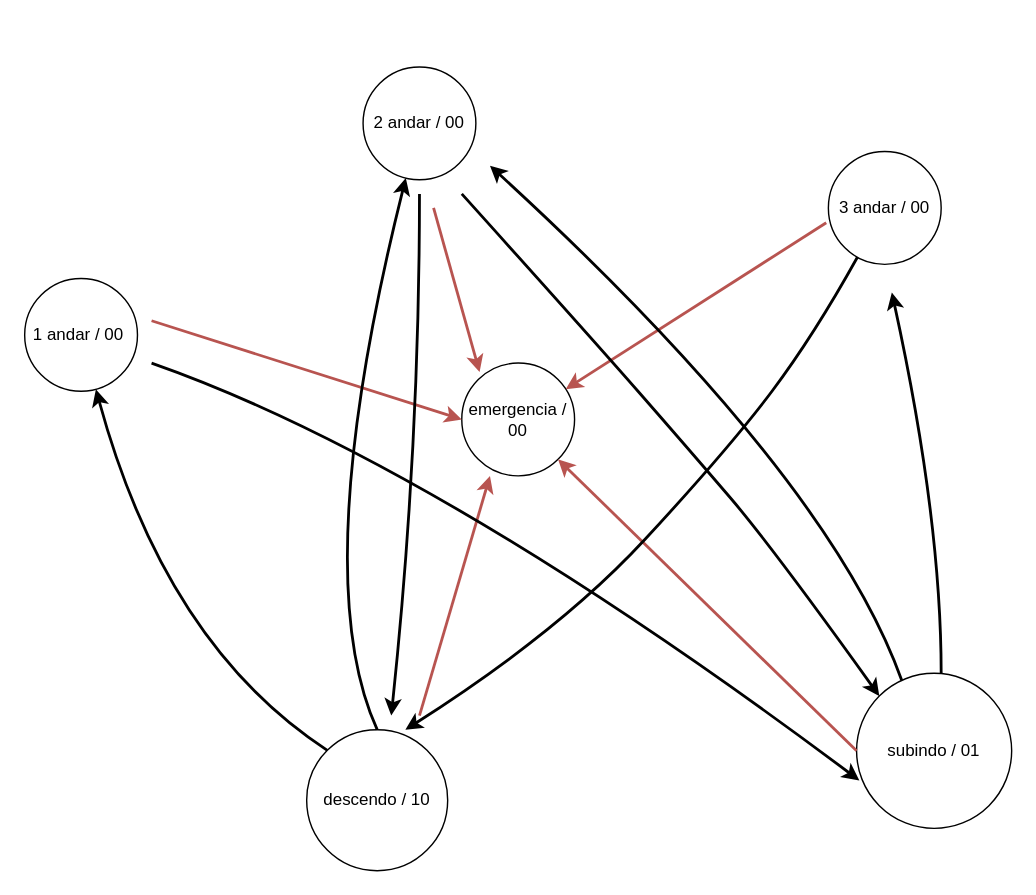
davischmitz/prototipacao-digital keeps this draw.io diagram as GB/Elevador/Elevador.drawio. Above is the earlier version. Source tidied: cells renumbered, new cells numbered last; positions are measured from the earlier drawing's top-left corner, leaving out a move shared by most shapes. Both pictures are drawn from the tidied source at 141%, with x=0, y=0 at pixel (24, 66).
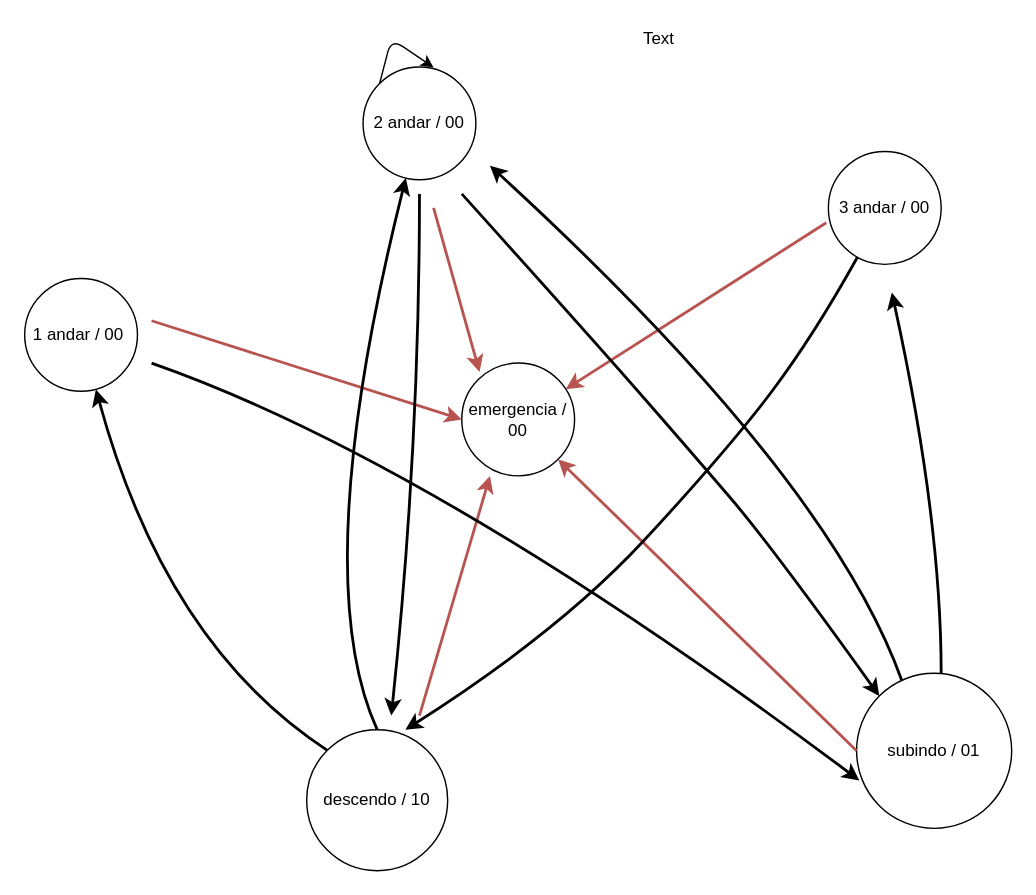
The same diagram, later.

The change refers to these unchanged cells:
```xml
<mxCell id="3" value="2 andar / 00" style="ellipse;whiteSpace=wrap;html=1;" parent="1" vertex="1">
  <mxGeometry x="240" width="80" height="80" as="geometry" />
</mxCell>
```

Diff of the diagram source:
```diff
@@
+    <mxCell id="21" style="endArrow=classic;html=1;exitX=0;exitY=0;exitDx=0;exitDy=0;entryX=0.625;entryY=0.004;entryDx=0;entryDy=0;entryPerimeter=0;" parent="1" edge="1" source="3" target="3">
+      <mxGeometry relative="1" as="geometry">
+        <Array as="points">
+          <mxPoint x="260" y="-20" />
+        </Array>
+      </mxGeometry>
+    </mxCell>
+    <mxCell id="22" value="Text" style="text;html=1;strokeColor=none;fillColor=none;align=center;verticalAlign=middle;whiteSpace=wrap;rounded=0;" parent="1" vertex="1">
+      <mxGeometry x="430" y="-30" width="40" height="20" as="geometry" />
+    </mxCell>
```
